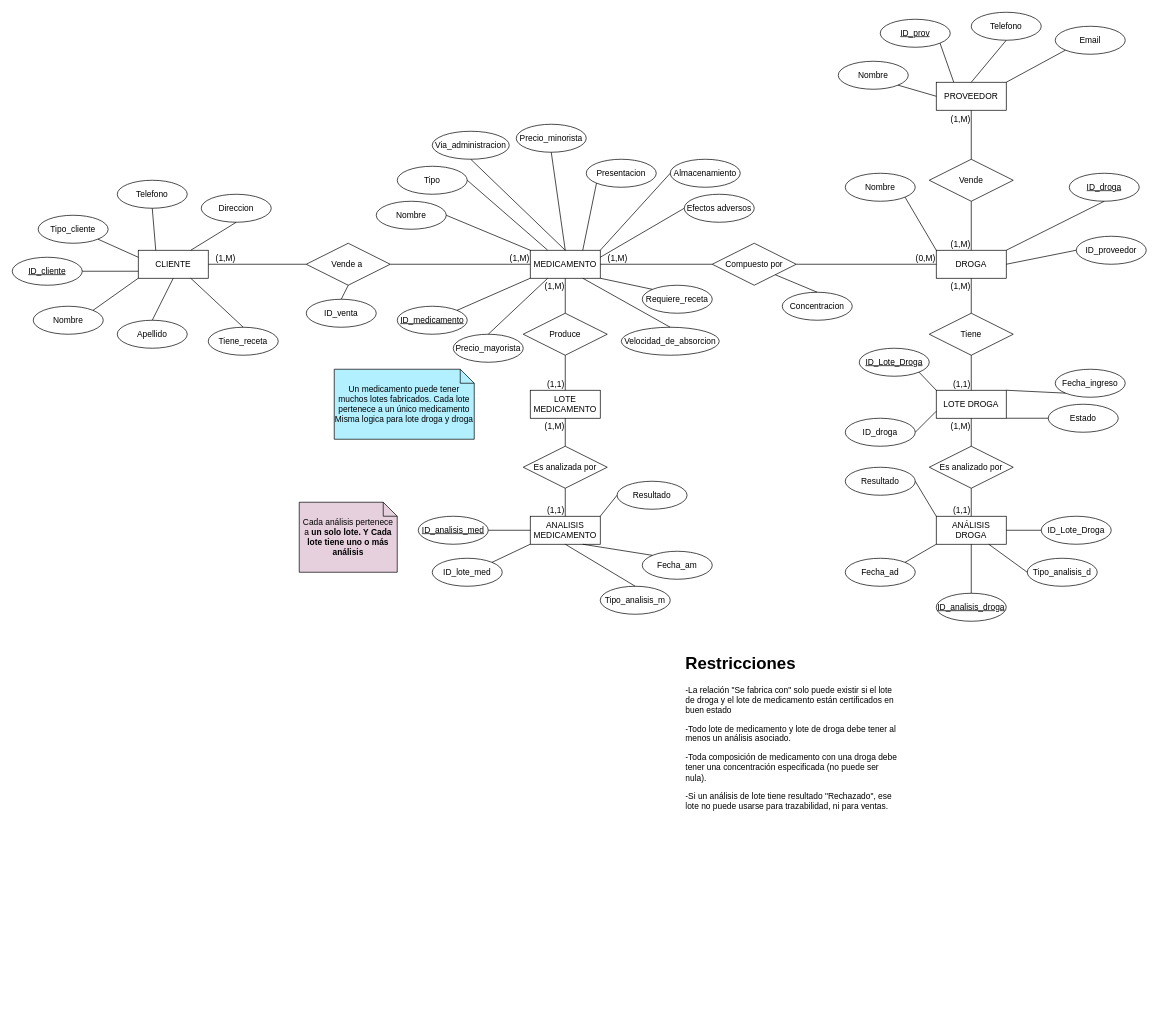
This is TP_BD_Grupo1.drawio from melxtear/TP_Grupo1_BD, a draw.io file, before an edit. Source tidied: cells renumbered, new cells numbered last; positions are measured from the earlier drawing's top-left corner, leaving out a move shared by most shapes. Both pictures are drawn from the tidied source at 70%, with x=0, y=0 at pixel (12, 12).
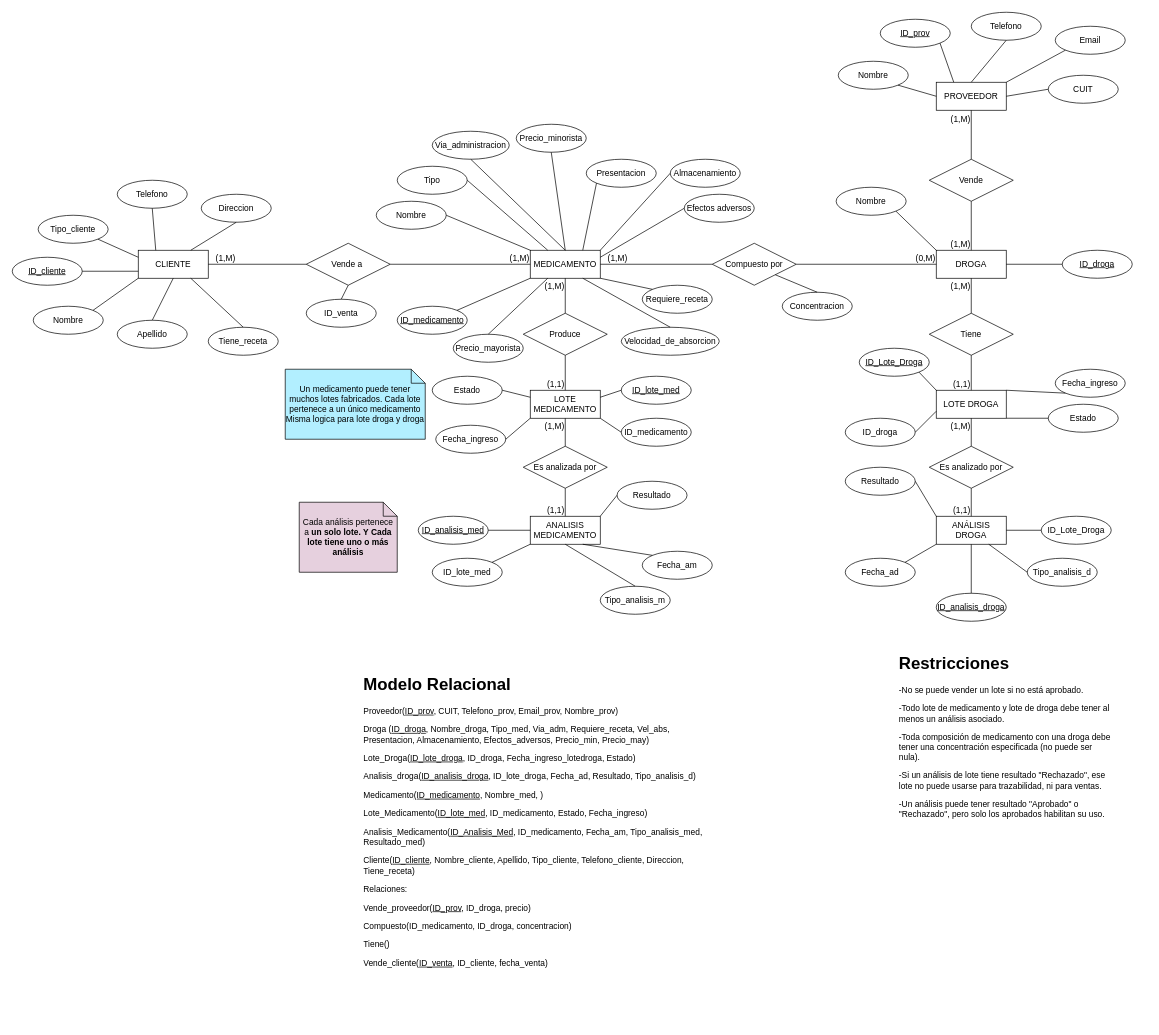
The same page after the edit.

Commit message:
ver las dudas y ver bien MR de relaciones

The change refers to these unchanged cells:
```xml
<mxCell id="25" value="DROGA" style="whiteSpace=wrap;html=1;align=center;" parent="1" vertex="1">
  <mxGeometry x="1320" y="340" width="100" height="40" as="geometry" />
</mxCell>
<mxCell id="51" value="LOTE MEDICAMENTO" style="whiteSpace=wrap;html=1;align=center;" parent="1" vertex="1">
  <mxGeometry x="740" y="540" width="100" height="40" as="geometry" />
</mxCell>
```

The edit, as a diff of the source:
```diff
@@
     <mxCell id="26" value="ID_droga" style="ellipse;whiteSpace=wrap;html=1;align=center;fontStyle=4;" parent="1" vertex="1">
-      <mxGeometry x="1510" y="230" width="100" height="40" as="geometry" />
+      <mxGeometry x="1500" y="340" width="100" height="40" as="geometry" />
     </mxCell>
-    <mxCell id="27" style="endArrow=none;html=1;rounded=0;exitX=0.5;exitY=1;exitDx=0;exitDy=0;entryX=1;entryY=0;entryDx=0;entryDy=0;" parent="1" edge="1" source="26" target="25">
+    <mxCell id="27" style="endArrow=none;html=1;rounded=0;exitX=0;exitY=0.5;exitDx=0;exitDy=0;entryX=1;entryY=0.5;entryDx=0;entryDy=0;" parent="1" edge="1" source="26" target="25">
       <mxGeometry relative="1" as="geometry" />
     </mxCell>
     <mxCell id="28" value="Nombre" style="ellipse;whiteSpace=wrap;html=1;align=center;" parent="1" vertex="1">
-      <mxGeometry x="1190" y="230" width="100" height="40" as="geometry" />
+      <mxGeometry x="1177" y="250" width="100" height="40" as="geometry" />
     </mxCell>
@@
     <mxCell id="85" value="Un medicamento puede tener muchos lotes fabricados. Cada lote pertenece a un único medicamento&lt;div&gt;Misma logica para lote droga y droga&lt;/div&gt;" style="shape=note;size=20;whiteSpace=wrap;html=1;fillColor=#B2EFFF;" parent="1" vertex="1">
-      <mxGeometry x="460" y="510" width="200" height="100" as="geometry" />
+      <mxGeometry x="390" y="510" width="200" height="100" as="geometry" />
     </mxCell>
@@
-    <mxCell id="91" value="&lt;h1 style=&quot;margin-top: 0px;&quot;&gt;Restricciones&lt;/h1&gt;&lt;p&gt;-La relación &quot;Se fabrica con&quot; solo puede existir si el lote de droga y el lote de medicamento están certificados en buen estado&amp;nbsp;&lt;/p&gt;&lt;p&gt;-Todo lote de medicamento y lote de droga debe tener al menos un análisis asociado.&lt;/p&gt;&lt;p&gt;-Toda composición de medicamento con una droga debe tener una concentración especificada (no puede ser nula).&lt;/p&gt;&lt;p&gt;-Si un análisis de lote tiene resultado &quot;Rechazado&quot;, ese lote no puede usarse para trazabilidad, ni para ventas.&lt;/p&gt;" style="text;html=1;whiteSpace=wrap;overflow=hidden;rounded=0;" parent="1" vertex="1">
-      <mxGeometry x="960" y="910" width="310" height="240" as="geometry" />
+    <mxCell id="91" value="&lt;h1 style=&quot;margin-top: 0px;&quot;&gt;Restricciones&lt;/h1&gt;&lt;p&gt;-No se puede vender un lote si no está aprobado.&lt;/p&gt;&lt;p&gt;-Todo lote de medicamento y lote de droga debe tener al menos un análisis asociado.&lt;/p&gt;&lt;p&gt;-Toda composición de medicamento con una droga debe tener una concentración especificada (no puede ser nula).&lt;/p&gt;&lt;p&gt;-Si un análisis de lote tiene resultado &quot;Rechazado&quot;, ese lote no puede usarse para trazabilidad, ni para ventas.&lt;/p&gt;&lt;p&gt;-Un análisis puede tener resultado &quot;Aprobado&quot; o &quot;Rechazado&quot;, pero solo los aprobados habilitan su uso.&lt;/p&gt;" style="text;html=1;whiteSpace=wrap;overflow=hidden;rounded=0;" parent="1" vertex="1">
+      <mxGeometry x="1265" y="910" width="310" height="240" as="geometry" />
     </mxCell>
@@
-    <mxCell id="104" value="ID_proveedor" style="ellipse;whiteSpace=wrap;html=1;align=center;" parent="1" vertex="1">
-      <mxGeometry x="1520" y="320" width="100" height="40" as="geometry" />
-    </mxCell>
-    <mxCell id="105" style="endArrow=none;html=1;rounded=0;entryX=0;entryY=0.5;entryDx=0;entryDy=0;exitX=1;exitY=0.5;exitDx=0;exitDy=0;" parent="1" edge="1" source="25" target="104">
-      <mxGeometry relative="1" as="geometry" />
-    </mxCell>
@@
+    <mxCell id="131" value="ID_lote_med" style="ellipse;whiteSpace=wrap;html=1;align=center;fontStyle=4;" parent="1" vertex="1">
+      <mxGeometry x="870" y="520" width="100" height="40" as="geometry" />
+    </mxCell>
+    <mxCell id="132" value="ID_medicamento" style="ellipse;whiteSpace=wrap;html=1;align=center;" parent="1" vertex="1">
+      <mxGeometry x="870" y="580" width="100" height="40" as="geometry" />
+    </mxCell>
+    <mxCell id="133" value="Estado" style="ellipse;whiteSpace=wrap;html=1;align=center;" parent="1" vertex="1">
+      <mxGeometry x="600" y="520" width="100" height="40" as="geometry" />
+    </mxCell>
+    <mxCell id="134" value="Fecha_ingreso" style="ellipse;whiteSpace=wrap;html=1;align=center;" parent="1" vertex="1">
+      <mxGeometry x="605" y="590" width="100" height="40" as="geometry" />
+    </mxCell>
+    <mxCell id="135" style="endArrow=none;html=1;rounded=0;exitX=1;exitY=1;exitDx=0;exitDy=0;entryX=0;entryY=0.5;entryDx=0;entryDy=0;" parent="1" edge="1" source="51" target="132">
+      <mxGeometry relative="1" as="geometry" />
+    </mxCell>
+    <mxCell id="136" style="endArrow=none;html=1;rounded=0;exitX=1;exitY=0.25;exitDx=0;exitDy=0;entryX=0;entryY=0.5;entryDx=0;entryDy=0;" parent="1" edge="1" source="51" target="131">
+      <mxGeometry relative="1" as="geometry" />
+    </mxCell>
+    <mxCell id="137" style="endArrow=none;html=1;rounded=0;exitX=1;exitY=0.5;exitDx=0;exitDy=0;entryX=0;entryY=1;entryDx=0;entryDy=0;" parent="1" edge="1" source="134" target="51">
+      <mxGeometry relative="1" as="geometry" />
+    </mxCell>
+    <mxCell id="138" style="endArrow=none;html=1;rounded=0;exitX=1;exitY=0.5;exitDx=0;exitDy=0;entryX=0;entryY=0.25;entryDx=0;entryDy=0;" parent="1" edge="1" source="133" target="51">
+      <mxGeometry relative="1" as="geometry" />
+    </mxCell>
+    <mxCell id="139" value="&lt;h1 style=&quot;margin-top: 0px;&quot;&gt;Modelo Relacional&lt;/h1&gt;&lt;p&gt;Proveedor(&lt;u&gt;ID_prov&lt;/u&gt;, CUIT, Telefono_prov, Email_prov, Nombre_prov)&lt;/p&gt;&lt;p&gt;Droga (&lt;u&gt;ID_droga&lt;/u&gt;, Nombre_droga, Tipo_med, Via_adm, Requiere_receta, Vel_abs, Presentacion, Almacenamiento, Efectos_adversos, Precio_min, Precio_may)&lt;/p&gt;&lt;p&gt;Lote_Droga(&lt;u&gt;ID_lote_droga&lt;/u&gt;, ID_droga, Fecha_ingreso_lotedroga, Estado)&lt;/p&gt;&lt;p&gt;Analisis_droga(&lt;u&gt;ID_analisis_droga&lt;/u&gt;, ID_lote_droga, Fecha_ad, Resultado, Tipo_analisis_d)&lt;/p&gt;&lt;p&gt;Medicamento&lt;u&gt;(ID_medicamento&lt;/u&gt;, Nombre_med, )&lt;/p&gt;&lt;p&gt;Lote_Medicamento(&lt;u&gt;ID_lote_med&lt;/u&gt;, ID_medicamento, Estado, Fecha_ingreso)&lt;/p&gt;&lt;p&gt;Analisis_Medicamento(&lt;u&gt;ID_Analisis_Med&lt;/u&gt;, ID_medicamento, Fecha_am, Tipo_analisis_med, Resultado_med)&lt;/p&gt;&lt;p&gt;Cliente(&lt;u&gt;ID_cliente&lt;/u&gt;, Nombre_cliente, Apellido, Tipo_cliente, Telefono_cliente, Direccion, Tiene_receta)&lt;/p&gt;&lt;p&gt;Relaciones:&lt;/p&gt;&lt;p&gt;Vende_proveedor(&lt;u&gt;ID_prov&lt;/u&gt;, ID_droga, precio)&lt;/p&gt;&lt;p&gt;Compuesto(ID_medicamento, ID_droga, concentracion)&lt;/p&gt;&lt;p&gt;Tiene()&lt;/p&gt;&lt;p&gt;Vende_cliente(&lt;u&gt;ID_venta&lt;/u&gt;, ID_cliente, fecha_venta)&lt;/p&gt;&lt;p&gt;&lt;br&gt;&lt;/p&gt;" style="text;html=1;whiteSpace=wrap;overflow=hidden;rounded=0;" parent="1" vertex="1">
+      <mxGeometry x="500" y="940" width="510" height="500" as="geometry" />
+    </mxCell>
+    <mxCell id="140" value="CUIT" style="ellipse;whiteSpace=wrap;html=1;align=center;" parent="1" vertex="1">
+      <mxGeometry x="1480" y="90" width="100" height="40" as="geometry" />
+    </mxCell>
+    <mxCell id="141" style="endArrow=none;html=1;rounded=0;entryX=0;entryY=0.5;entryDx=0;entryDy=0;" parent="1" edge="1" target="140">
+      <mxGeometry relative="1" as="geometry">
+        <mxPoint x="1420" y="120" as="sourcePoint" />
+      </mxGeometry>
+    </mxCell>
```
